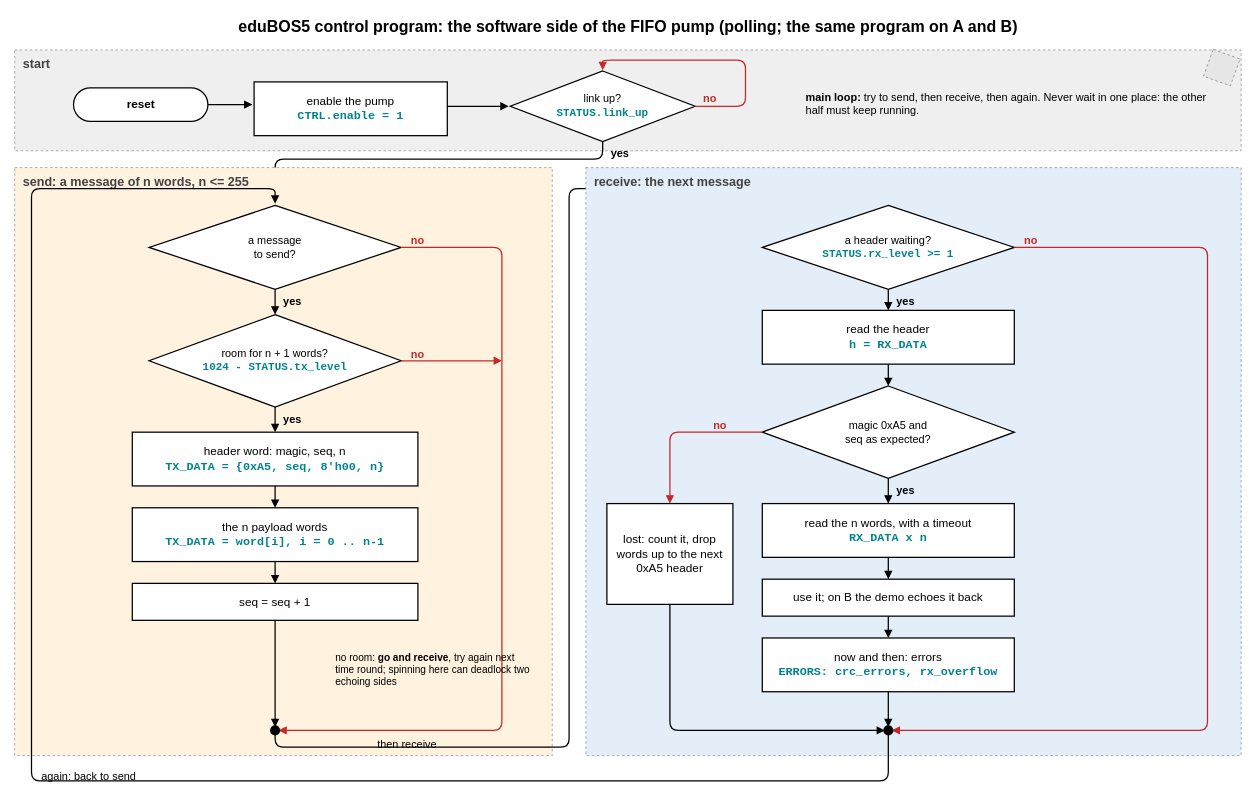
Above: 7.SerDes/0.doc/edubos5-pump-fw.drawio in chili-chips-ba/openCologne (draw.io), before the change. Source tidied: cells renumbered, new cells numbered last; positions are measured from the earlier drawing's top-left corner, leaving out a move shared by most shapes. Both pictures are drawn from the tidied source at 84%, with x=0, y=0 at pixel (14, 14). Pictures stored in the file or linked from it are replaced by grey dashed boxes.
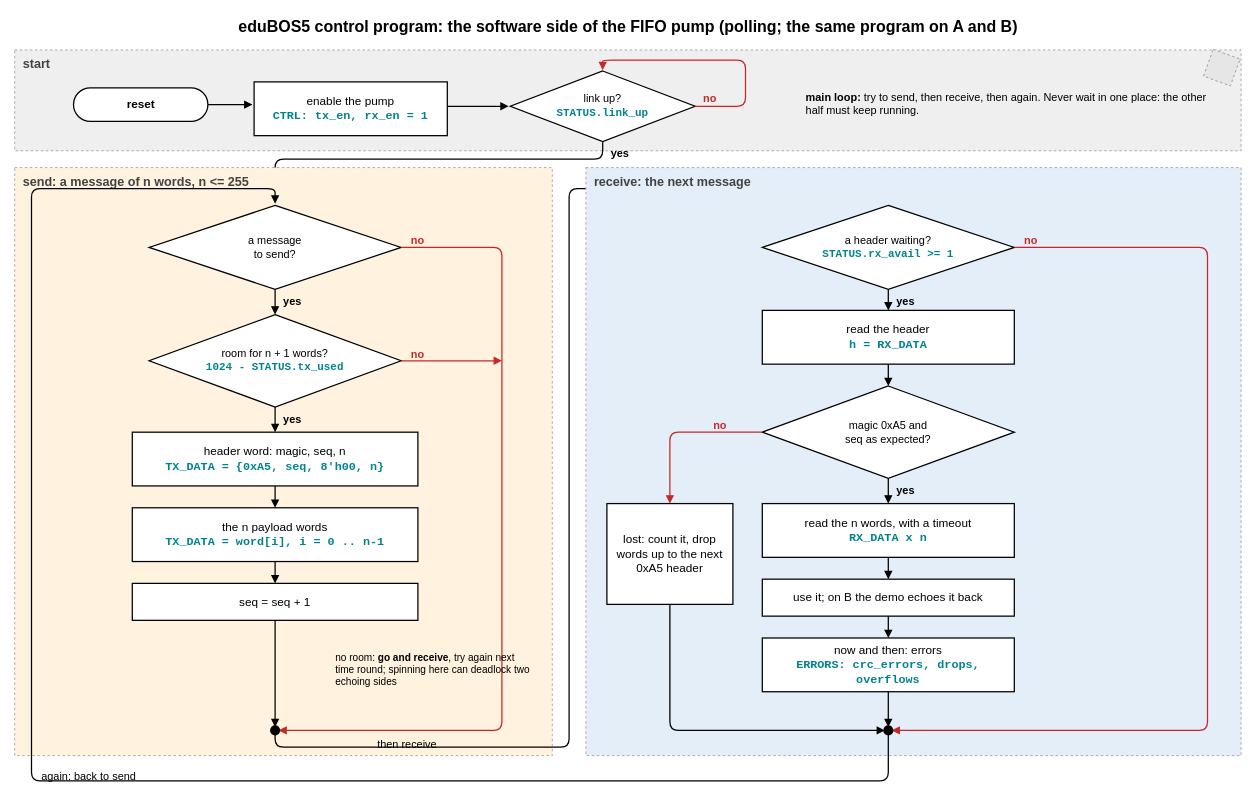
The same diagram, later.

The edit, as a diff of the source:
```diff
@@
-    <mxCell id="6" value="enable the pump&lt;br&gt;&lt;span style='font-family:Courier New;color:#00838f;font-weight:bold'&gt;CTRL.enable = 1&lt;/span&gt;" style="rounded=0;fillColor=#ffffff;strokeColor=#000000;strokeWidth=1.5;fontSize=14;fontColor=#000000;html=1;whiteSpace=wrap;fontFamily=Helvetica;" parent="1" vertex="1">
+    <mxCell id="6" value="enable the pump&lt;br&gt;&lt;span style='font-family:Courier New;color:#00838f;font-weight:bold'&gt;CTRL: tx_en, rx_en = 1&lt;/span&gt;" style="rounded=0;fillColor=#ffffff;strokeColor=#000000;strokeWidth=1.5;fontSize=14;fontColor=#000000;html=1;whiteSpace=wrap;fontFamily=Helvetica;" parent="1" vertex="1">
       <mxGeometry x="285" y="80" width="230" height="64" as="geometry" />
     </mxCell>
@@
-    <mxCell id="20" value="room for n + 1 words?&lt;br&gt;&lt;span style='font-family:Courier New;color:#00838f'&gt;&lt;b&gt;1024 - STATUS.tx_level&lt;/b&gt;&lt;/span&gt;" style="rhombus;fillColor=#ffffff;strokeColor=#000000;strokeWidth=1.5;fontSize=13;fontColor=#000000;html=1;whiteSpace=wrap;fontFamily=Helvetica;" parent="1" vertex="1">
+    <mxCell id="20" value="room for n + 1 words?&lt;br&gt;&lt;span style='font-family:Courier New;color:#00838f'&gt;&lt;b&gt;1024 - STATUS.tx_used&lt;/b&gt;&lt;/span&gt;" style="rhombus;fillColor=#ffffff;strokeColor=#000000;strokeWidth=1.5;fontSize=13;fontColor=#000000;html=1;whiteSpace=wrap;fontFamily=Helvetica;" parent="1" vertex="1">
       <mxGeometry x="160" y="357" width="300" height="110" as="geometry" />
     </mxCell>
@@
-    <mxCell id="39" value="a header waiting?&lt;br&gt;&lt;span style='font-family:Courier New;color:#00838f'&gt;&lt;b&gt;STATUS.rx_level &amp;gt;= 1&lt;/b&gt;&lt;/span&gt;" style="rhombus;fillColor=#ffffff;strokeColor=#000000;strokeWidth=1.5;fontSize=13;fontColor=#000000;html=1;whiteSpace=wrap;fontFamily=Helvetica;" parent="1" vertex="1">
+    <mxCell id="39" value="a header waiting?&lt;br&gt;&lt;span style='font-family:Courier New;color:#00838f'&gt;&lt;b&gt;STATUS.rx_avail &amp;gt;= 1&lt;/b&gt;&lt;/span&gt;" style="rhombus;fillColor=#ffffff;strokeColor=#000000;strokeWidth=1.5;fontSize=13;fontColor=#000000;html=1;whiteSpace=wrap;fontFamily=Helvetica;" parent="1" vertex="1">
       <mxGeometry x="890" y="227" width="300" height="100" as="geometry" />
     </mxCell>
@@
-    <mxCell id="51" value="now and then: errors&lt;br&gt;&lt;span style='font-family:Courier New;color:#00838f;font-weight:bold'&gt;ERRORS: crc_errors, rx_overflow&lt;/span&gt;" style="rounded=0;fillColor=#ffffff;strokeColor=#000000;strokeWidth=1.5;fontSize=14;fontColor=#000000;html=1;whiteSpace=wrap;fontFamily=Helvetica;" parent="1" vertex="1">
+    <mxCell id="51" value="now and then: errors&lt;br&gt;&lt;span style='font-family:Courier New;color:#00838f;font-weight:bold'&gt;ERRORS: crc_errors, drops, overflows&lt;/span&gt;" style="rounded=0;fillColor=#ffffff;strokeColor=#000000;strokeWidth=1.5;fontSize=14;fontColor=#000000;html=1;whiteSpace=wrap;fontFamily=Helvetica;" parent="1" vertex="1">
       <mxGeometry x="890" y="742" width="300" height="64" as="geometry" />
     </mxCell>
```
